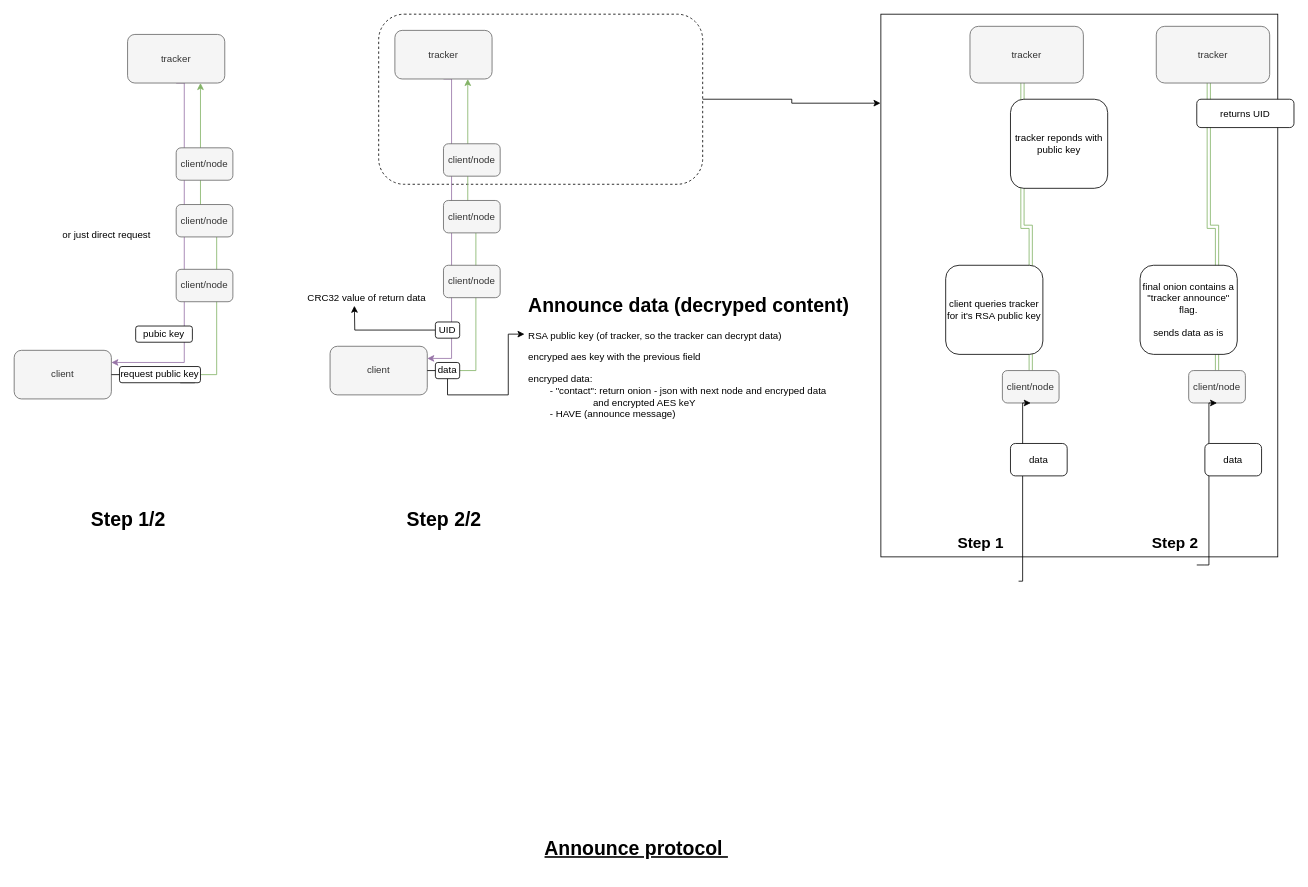
Before: protocol schemas/announce.drawio in davidviziteu/tor-torrent, a draw.io diagram. Source tidied: cells renumbered, new cells numbered last; positions are measured from the earlier drawing's top-left corner, leaving out a move shared by most shapes. Both pictures are drawn from the tidied source at 81%, with x=0, y=0 at pixel (14, 14).
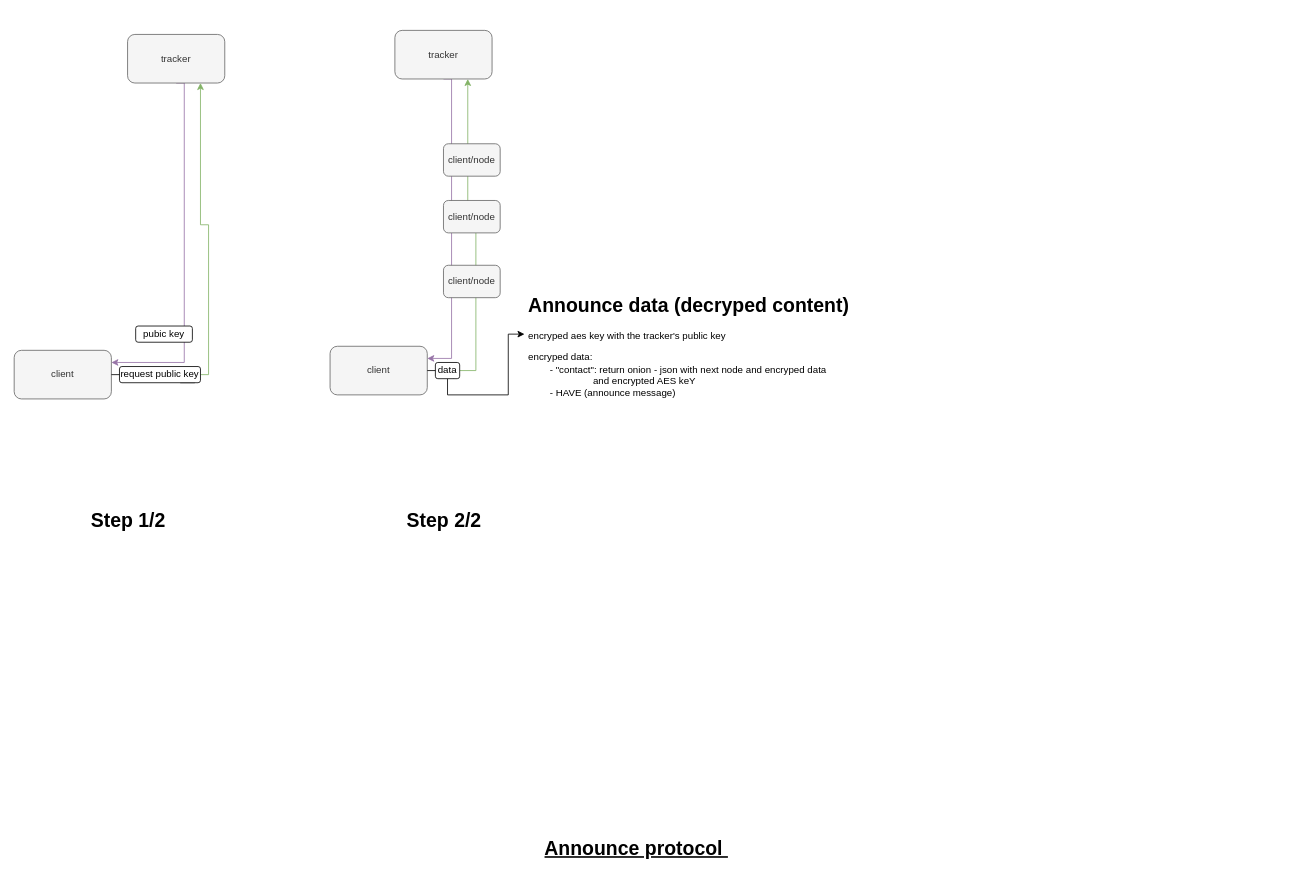
After the change.

Unchanged cells that the change refers to:
```xml
<mxCell id="34" value="tracker" style="rounded=1;whiteSpace=wrap;html=1;fillColor=#f5f5f5;fontColor=#333333;strokeColor=#666666;" parent="1" vertex="1">
  <mxGeometry x="140" y="25" width="120" height="60" as="geometry" />
</mxCell>
<mxCell id="41" value="request public key" style="rounded=1;whiteSpace=wrap;html=1;" parent="1" vertex="1">
  <mxGeometry x="130" y="435" width="100" height="20" as="geometry" />
</mxCell>
```

Change to the diagram source:
```diff
@@
-    <mxCell id="2" style="rounded=1;whiteSpace=wrap;html=1;fillColor=none;dashed=1;" parent="1" vertex="1">
-      <mxGeometry x="450" width="400" height="210" as="geometry" />
-    </mxCell>
@@
-    <mxCell id="10" style="edgeStyle=orthogonalEdgeStyle;rounded=0;jettySize=auto;html=1;exitX=1;exitY=0.5;exitDx=0;exitDy=0;entryX=-0.001;entryY=0.164;entryDx=0;entryDy=0;entryPerimeter=0;" parent="1" edge="1" source="2" target="11">
-      <mxGeometry relative="1" as="geometry" />
-    </mxCell>
-    <mxCell id="11" style="rounded=0;whiteSpace=wrap;html=1;fillColor=none;" parent="1" vertex="1">
-      <mxGeometry x="1070" width="490" height="670" as="geometry" />
-    </mxCell>
-    <mxCell id="12" style="edgeStyle=orthogonalEdgeStyle;rounded=0;jettySize=auto;html=1;exitX=0.5;exitY=0;exitDx=0;exitDy=0;entryX=0.463;entryY=1;entryDx=0;entryDy=0;entryPerimeter=0;fillColor=#d5e8d4;strokeColor=#82b366;endArrow=none;endFill=0;shape=link;" parent="1" edge="1" source="13" target="14">
-      <mxGeometry relative="1" as="geometry" />
-    </mxCell>
-    <mxCell id="13" value="client/node" style="rounded=1;whiteSpace=wrap;html=1;fillColor=#f5f5f5;fontColor=#333333;strokeColor=#666666;" parent="1" vertex="1">
-      <mxGeometry x="1220" y="440" width="70" height="40" as="geometry" />
-    </mxCell>
-    <mxCell id="14" value="tracker" style="rounded=1;whiteSpace=wrap;html=1;fillColor=#f5f5f5;fontColor=#333333;strokeColor=#666666;" parent="1" vertex="1">
-      <mxGeometry x="1180" y="15" width="140" height="70" as="geometry" />
-    </mxCell>
-    <mxCell id="15" style="edgeStyle=orthogonalEdgeStyle;rounded=0;jettySize=auto;html=1;entryX=0.5;entryY=1;entryDx=0;entryDy=0;" parent="1" edge="1" target="13">
-      <mxGeometry relative="1" as="geometry">
-        <mxPoint x="1240" y="700" as="sourcePoint" />
-        <Array as="points">
-          <mxPoint x="1245" y="480" />
-        </Array>
-      </mxGeometry>
-    </mxCell>
-    <mxCell id="16" value="client queries tracker for it's RSA public key" style="rounded=1;whiteSpace=wrap;html=1;" parent="1" vertex="1">
-      <mxGeometry x="1150" y="310" width="120" height="110" as="geometry" />
-    </mxCell>
-    <mxCell id="17" style="edgeStyle=orthogonalEdgeStyle;rounded=0;jettySize=auto;html=1;exitX=0.5;exitY=0;exitDx=0;exitDy=0;entryX=0.463;entryY=1;entryDx=0;entryDy=0;entryPerimeter=0;shape=link;fillColor=#d5e8d4;strokeColor=#82b366;" parent="1" edge="1" source="18" target="19">
-      <mxGeometry relative="1" as="geometry" />
-    </mxCell>
-    <mxCell id="18" value="client/node" style="rounded=1;whiteSpace=wrap;html=1;fillColor=#f5f5f5;fontColor=#333333;strokeColor=#666666;" parent="1" vertex="1">
-      <mxGeometry x="1450" y="440" width="70" height="40" as="geometry" />
-    </mxCell>
-    <mxCell id="19" value="tracker" style="rounded=1;whiteSpace=wrap;html=1;fillColor=#f5f5f5;fontColor=#333333;strokeColor=#666666;" parent="1" vertex="1">
-      <mxGeometry x="1410" y="15" width="140" height="70" as="geometry" />
-    </mxCell>
-    <mxCell id="20" style="edgeStyle=orthogonalEdgeStyle;rounded=0;jettySize=auto;html=1;entryX=0.5;entryY=1;entryDx=0;entryDy=0;" parent="1" edge="1" target="18">
-      <mxGeometry relative="1" as="geometry">
-        <mxPoint x="1460" y="680" as="sourcePoint" />
-        <Array as="points">
-          <mxPoint x="1470" y="680" />
-          <mxPoint x="1475" y="680" />
-          <mxPoint x="1475" y="480" />
-        </Array>
-      </mxGeometry>
-    </mxCell>
-    <mxCell id="21" value="tracker reponds with public key" style="rounded=1;whiteSpace=wrap;html=1;" parent="1" vertex="1">
-      <mxGeometry x="1230" y="105" width="120" height="110" as="geometry" />
-    </mxCell>
-    <mxCell id="22" value="final onion contains a &quot;tracker announce&quot; flag.&lt;br&gt;&lt;br&gt;sends data as is" style="rounded=1;whiteSpace=wrap;html=1;" parent="1" vertex="1">
-      <mxGeometry x="1390" y="310" width="120" height="110" as="geometry" />
-    </mxCell>
-    <mxCell id="23" value="returns UID" style="rounded=1;whiteSpace=wrap;html=1;" parent="1" vertex="1">
-      <mxGeometry x="1460" y="105" width="120" height="35" as="geometry" />
-    </mxCell>
-    <mxCell id="24" value="data" style="rounded=1;whiteSpace=wrap;html=1;" parent="1" vertex="1">
-      <mxGeometry x="1470" y="530" width="70" height="40" as="geometry" />
-    </mxCell>
-    <mxCell id="25" value="&lt;h1&gt;Announce data (decryped content)&lt;/h1&gt;&lt;p&gt;&lt;span style=&quot;background-color: initial;&quot;&gt;RSA public key (of tracker, so the tracker can decrypt data)&lt;/span&gt;&lt;br&gt;&lt;/p&gt;&lt;p&gt;encryped aes key with the previous field&lt;/p&gt;encryped data: &lt;br&gt;&lt;span style=&quot;white-space: pre;&quot;&gt;&#9;&lt;/span&gt;- &quot;contact&quot;: return onion - json with next node and encryped data &lt;span style=&quot;white-space: pre;&quot;&gt;&#9;&lt;span style=&quot;white-space: pre;&quot;&gt;&#9;&lt;/span&gt;&lt;span style=&quot;white-space: pre;&quot;&gt;&#9;&lt;/span&gt;&lt;/span&gt;and encrypted AES keY&lt;br&gt;&lt;span style=&quot;background-color: initial;&quot;&gt;&lt;span style=&quot;white-space: pre;&quot;&gt;&#9;&lt;/span&gt;- HAVE (announce message)&lt;br&gt;&lt;br&gt;&lt;/span&gt;" style="text;html=1;strokeColor=none;fillColor=none;spacing=5;spacingTop=-20;whiteSpace=wrap;overflow=hidden;rounded=0;" parent="1" vertex="1">
+    <mxCell id="25" value="&lt;h1&gt;Announce data (decryped content)&lt;/h1&gt;&lt;p&gt;encryped aes key with the tracker's public key&lt;/p&gt;encryped data: &lt;br&gt;&lt;span style=&quot;white-space: pre;&quot;&gt;&#9;&lt;/span&gt;- &quot;contact&quot;: return onion - json with next node and encryped data &lt;span style=&quot;white-space: pre;&quot;&gt;&#9;&lt;span style=&quot;white-space: pre;&quot;&gt;&#9;&lt;/span&gt;&lt;span style=&quot;white-space: pre;&quot;&gt;&#9;&lt;/span&gt;&lt;/span&gt;and encrypted AES keY&lt;br&gt;&lt;span style=&quot;background-color: initial;&quot;&gt;&lt;span style=&quot;white-space: pre;&quot;&gt;&#9;&lt;/span&gt;- HAVE (announce message)&lt;br&gt;&lt;br&gt;&lt;/span&gt;" style="text;html=1;strokeColor=none;fillColor=none;spacing=5;spacingTop=-20;whiteSpace=wrap;overflow=hidden;rounded=0;" parent="1" vertex="1">
       <mxGeometry x="630" y="340" width="420" height="220" as="geometry" />
     </mxCell>
-    <mxCell id="26" value="data" style="rounded=1;whiteSpace=wrap;html=1;" parent="1" vertex="1">
-      <mxGeometry x="1230" y="530" width="70" height="40" as="geometry" />
-    </mxCell>
@@
-    <mxCell id="30" style="edgeStyle=orthogonalEdgeStyle;rounded=0;jettySize=auto;html=1;exitX=0;exitY=0.5;exitDx=0;exitDy=0;endArrow=classic;endFill=1;" parent="1" edge="1" source="31">
-      <mxGeometry relative="1" as="geometry">
-        <mxPoint x="420" y="360" as="targetPoint" />
-      </mxGeometry>
-    </mxCell>
-    <mxCell id="31" value="UID" style="rounded=1;whiteSpace=wrap;html=1;" parent="1" vertex="1">
-      <mxGeometry x="520" y="380" width="30" height="20" as="geometry" />
-    </mxCell>
-    <mxCell id="32" value="CRC32 value of return data" style="text;html=1;align=center;verticalAlign=middle;strokeColor=none;fillColor=none;" parent="1" vertex="1">
-      <mxGeometry x="355" y="340" width="160" height="20" as="geometry" />
-    </mxCell>
@@
     <mxCell id="35" style="edgeStyle=orthogonalEdgeStyle;rounded=0;jettySize=auto;html=1;exitX=1;exitY=0.5;exitDx=0;exitDy=0;entryX=0.75;entryY=1;entryDx=0;entryDy=0;startArrow=none;fillColor=#d5e8d4;strokeColor=#82b366;" parent="1" edge="1" source="41" target="34">
-      <mxGeometry relative="1" as="geometry" />
+      <mxGeometry relative="1" as="geometry">
+        <Array as="points">
+          <mxPoint x="240" y="445" />
+          <mxPoint x="240" y="260" />
+          <mxPoint x="230" y="260" />
+        </Array>
+      </mxGeometry>
     </mxCell>
@@
-    <mxCell id="37" value="client/node" style="rounded=1;whiteSpace=wrap;html=1;fillColor=#f5f5f5;fontColor=#333333;strokeColor=#666666;" parent="1" vertex="1">
-      <mxGeometry x="200" y="315" width="70" height="40" as="geometry" />
-    </mxCell>
-    <mxCell id="38" value="client/node" style="rounded=1;whiteSpace=wrap;html=1;fillColor=#f5f5f5;fontColor=#333333;strokeColor=#666666;" parent="1" vertex="1">
-      <mxGeometry x="200" y="235" width="70" height="40" as="geometry" />
-    </mxCell>
-    <mxCell id="39" value="client/node" style="rounded=1;whiteSpace=wrap;html=1;fillColor=#f5f5f5;fontColor=#333333;strokeColor=#666666;" parent="1" vertex="1">
-      <mxGeometry x="200" y="165" width="70" height="40" as="geometry" />
-    </mxCell>
@@
-    <mxCell id="45" value="&lt;h1 style=&quot;font-size: 19px;&quot;&gt;&lt;font style=&quot;font-size: 19px;&quot;&gt;Step 1&lt;/font&gt;&lt;/h1&gt;&lt;span style=&quot;background-color: initial; font-size: 19px;&quot;&gt;&lt;br&gt;&lt;/span&gt;" style="text;html=1;strokeColor=none;fillColor=none;spacing=5;spacingTop=-20;whiteSpace=wrap;overflow=hidden;rounded=0;" parent="1" vertex="1">
-      <mxGeometry x="1160" y="640" width="110" height="50" as="geometry" />
-    </mxCell>
-    <mxCell id="46" value="&lt;h1 style=&quot;font-size: 19px;&quot;&gt;&lt;font style=&quot;font-size: 19px;&quot;&gt;Step 2&lt;/font&gt;&lt;/h1&gt;&lt;span style=&quot;background-color: initial; font-size: 19px;&quot;&gt;&lt;br&gt;&lt;/span&gt;" style="text;html=1;strokeColor=none;fillColor=none;spacing=5;spacingTop=-20;whiteSpace=wrap;overflow=hidden;rounded=0;" parent="1" vertex="1">
-      <mxGeometry x="1400" y="640" width="110" height="50" as="geometry" />
-    </mxCell>
@@
-    <mxCell id="48" value="&lt;h1&gt;&lt;br&gt;&lt;/h1&gt;&lt;p&gt;&lt;/p&gt;&lt;span style=&quot;background-color: initial;&quot;&gt;or just direct request&lt;br&gt;&lt;br&gt;&lt;/span&gt;" style="text;html=1;strokeColor=none;fillColor=none;spacing=5;spacingTop=-20;whiteSpace=wrap;overflow=hidden;rounded=0;" parent="1" vertex="1">
-      <mxGeometry x="55" y="215" width="205" height="75" as="geometry" />
-    </mxCell>
```
